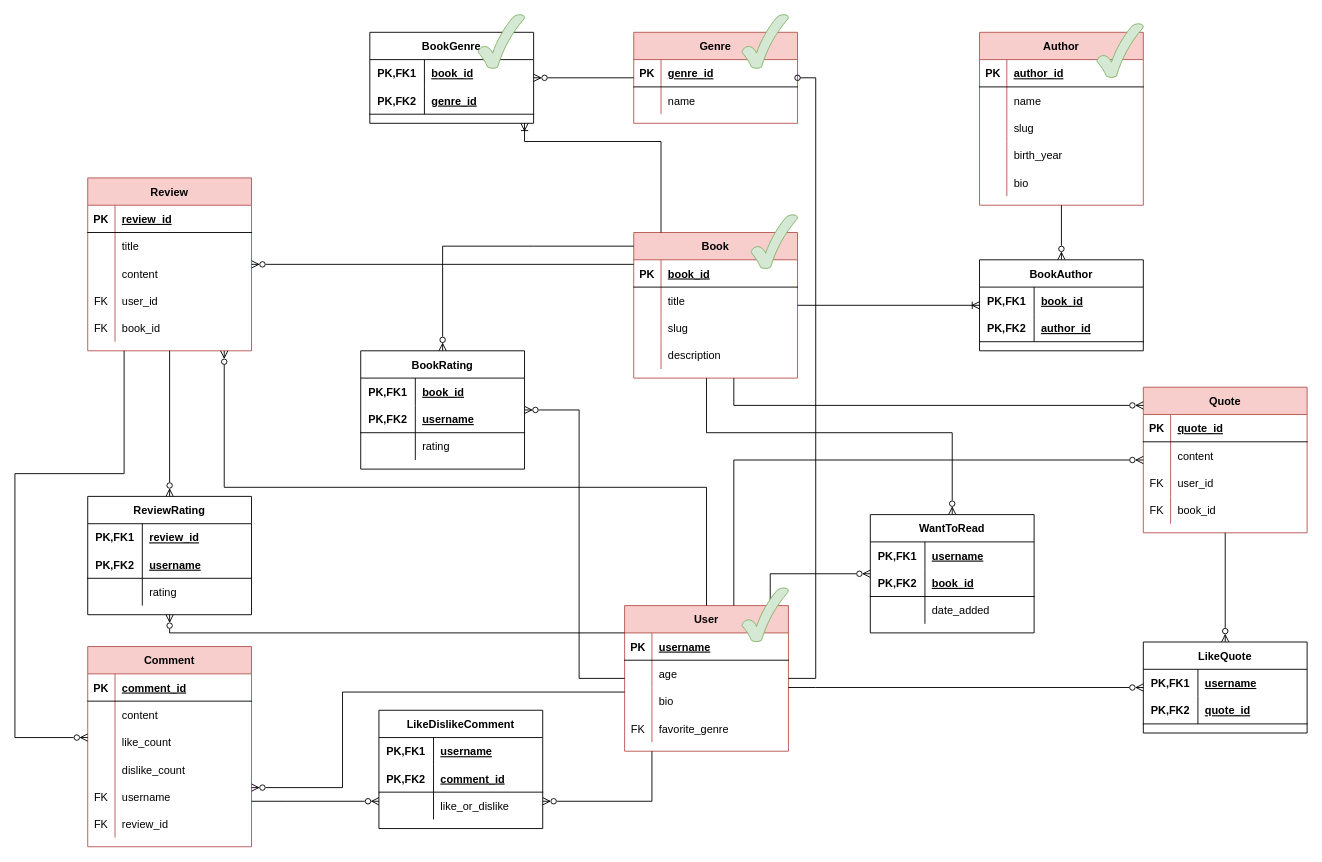
This is page "logical" (2 of 2) of data_base_diagram.drawio from kseniakopteva/books-app, a draw.io file, before an edit. Source tidied: cells renumbered, new cells numbered last; positions are measured from the earlier drawing's top-left corner, leaving out a move shared by most shapes. Both pictures are drawn from the tidied source at 91%, with x=0, y=0 at pixel (15, 14).
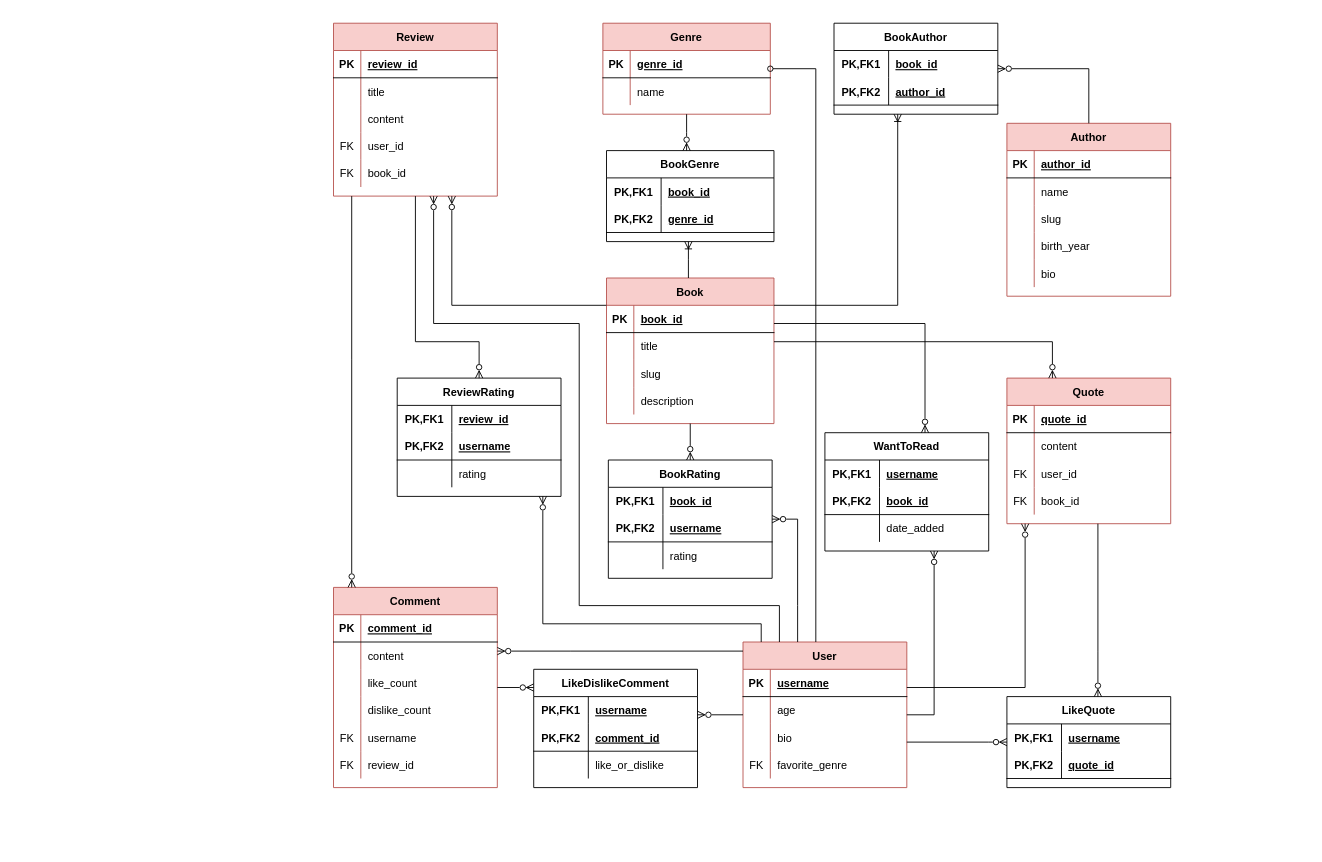
The same diagram, later.

The edit, as a diff of the source:
```diff
@@
     <mxCell id="2" value="Book" style="shape=table;startSize=30;childLayout=tableLayout;rowLines=0;fontStyle=1;align=center;fillColor=#f8cecc;strokeColor=#b85450;rounded=0;" parent="1" vertex="1">
-      <mxGeometry x="679.9" y="240" width="180" height="160" as="geometry" />
+      <mxGeometry x="650" y="290" width="184" height="160" as="geometry" />
     </mxCell>
     <mxCell id="3" style="shape=tableRow;horizontal=0;startSize=0;swimlaneHead=0;swimlaneBody=0;fillColor=none;top=0;left=0;right=0;bottom=1;rounded=0;" parent="2" vertex="1">
-      <mxGeometry y="30" width="180" height="30" as="geometry" />
+      <mxGeometry y="30" width="184" height="30" as="geometry" />
     </mxCell>
@@
     <mxCell id="5" value="book_id" style="shape=partialRectangle;fillColor=none;top=0;left=0;bottom=0;right=0;align=left;spacingLeft=6;fontStyle=5;overflow=hidden;rounded=0;" parent="3" vertex="1">
-      <mxGeometry x="30" width="150" height="30" as="geometry" />
+      <mxGeometry x="30" width="154" height="30" as="geometry" />
     </mxCell>
     <mxCell id="6" style="shape=tableRow;horizontal=0;startSize=0;swimlaneHead=0;swimlaneBody=0;fillColor=none;top=0;left=0;right=0;bottom=0;rounded=0;" parent="2" vertex="1">
-      <mxGeometry y="60" width="180" height="30" as="geometry" />
+      <mxGeometry y="60" width="184" height="30" as="geometry" />
     </mxCell>
@@
     <mxCell id="8" value="title" style="shape=partialRectangle;fillColor=none;top=0;left=0;bottom=0;right=0;align=left;spacingLeft=6;overflow=hidden;rounded=0;" parent="6" vertex="1">
-      <mxGeometry x="30" width="150" height="30" as="geometry" />
+      <mxGeometry x="30" width="154" height="30" as="geometry" />
     </mxCell>
     <mxCell id="9" style="shape=tableRow;horizontal=0;startSize=0;swimlaneHead=0;swimlaneBody=0;fillColor=none;top=0;left=0;right=0;bottom=0;rounded=0;" parent="2" vertex="1">
-      <mxGeometry y="90" width="180" height="30" as="geometry" />
+      <mxGeometry y="90" width="184" height="30" as="geometry" />
     </mxCell>
@@
     <mxCell id="11" value="slug" style="shape=partialRectangle;fillColor=none;top=0;left=0;bottom=0;right=0;align=left;spacingLeft=6;overflow=hidden;rounded=0;" parent="9" vertex="1">
-      <mxGeometry x="30" width="150" height="30" as="geometry" />
+      <mxGeometry x="30" width="154" height="30" as="geometry" />
     </mxCell>
     <mxCell id="12" style="shape=tableRow;horizontal=0;startSize=0;swimlaneHead=0;swimlaneBody=0;fillColor=none;top=0;left=0;right=0;bottom=0;rounded=0;" parent="2" vertex="1">
-      <mxGeometry y="120" width="180" height="30" as="geometry" />
+      <mxGeometry y="120" width="184" height="30" as="geometry" />
     </mxCell>
@@
     <mxCell id="14" value="description" style="shape=partialRectangle;fillColor=none;top=0;left=0;bottom=0;right=0;align=left;spacingLeft=6;overflow=hidden;rounded=0;" parent="12" vertex="1">
-      <mxGeometry x="30" width="150" height="30" as="geometry" />
+      <mxGeometry x="30" width="154" height="30" as="geometry" />
     </mxCell>
     <mxCell id="15" value="Author" style="shape=table;startSize=30;childLayout=tableLayout;rowLines=0;fontStyle=1;align=center;fillColor=#f8cecc;strokeColor=#b85450;rounded=0;" parent="1" vertex="1">
-      <mxGeometry x="1059.9" y="20" width="180" height="190" as="geometry" />
+      <mxGeometry x="1090" y="120" width="180" height="190" as="geometry" />
     </mxCell>
@@
     <mxCell id="32" value="BookAuthor" style="shape=table;startSize=30;childLayout=tableLayout;rowLines=0;fontStyle=1;align=center;rounded=0;" parent="1" vertex="1">
-      <mxGeometry x="1059.9" y="270" width="180" height="100" as="geometry" />
+      <mxGeometry x="900" y="10" width="180" height="100" as="geometry" />
     </mxCell>
@@
     <mxCell id="39" style="endArrow=ERoneToMany;html=1;rounded=0;endFill=0;edgeStyle=orthogonalEdgeStyle;" parent="1" edge="1" source="2" target="32">
-      <mxGeometry relative="1" as="geometry" />
+      <mxGeometry relative="1" as="geometry">
+        <Array as="points">
+          <mxPoint x="970" y="320" />
+        </Array>
+      </mxGeometry>
     </mxCell>
     <mxCell id="40" value="Comment" style="shape=table;startSize=30;childLayout=tableLayout;rowLines=0;fontStyle=1;align=center;fillColor=#f8cecc;strokeColor=#b85450;rounded=0;" parent="1" vertex="1">
-      <mxGeometry x="79.9" y="695" width="180" height="220" as="geometry" />
+      <mxGeometry x="350" y="630" width="180" height="220" as="geometry" />
     </mxCell>
@@
     <mxCell id="59" value="User" style="shape=table;startSize=30;childLayout=tableLayout;rowLines=0;fontStyle=1;align=center;fillColor=#f8cecc;strokeColor=#b85450;rounded=0;" parent="1" vertex="1">
-      <mxGeometry x="669.9" y="650" width="180" height="160" as="geometry" />
+      <mxGeometry x="800" y="690" width="180" height="160" as="geometry" />
     </mxCell>
@@
     <mxCell id="72" value="Review" style="shape=table;startSize=30;childLayout=tableLayout;rowLines=0;fontStyle=1;align=center;fillColor=#f8cecc;strokeColor=#b85450;rounded=0;" parent="1" vertex="1">
-      <mxGeometry x="79.9" y="180" width="180" height="190" as="geometry" />
+      <mxGeometry x="350" y="10" width="180" height="190" as="geometry" />
     </mxCell>
@@
     <mxCell id="88" style="endArrow=none;html=1;rounded=0;edgeStyle=orthogonalEdgeStyle;startArrow=ERzeroToMany;startFill=0;" parent="1" edge="1" source="72" target="59">
       <mxGeometry relative="1" as="geometry">
         <Array as="points">
-          <mxPoint x="229.9" y="520" />
-          <mxPoint x="759.9" y="520" />
+          <mxPoint x="460" y="340" />
+          <mxPoint x="620" y="340" />
+          <mxPoint x="620" y="650" />
+          <mxPoint x="840" y="650" />
         </Array>
       </mxGeometry>
     </mxCell>
     <mxCell id="89" style="endArrow=none;html=1;rounded=0;startArrow=ERzeroToMany;startFill=0;edgeStyle=orthogonalEdgeStyle;" parent="1" edge="1" source="72" target="2">
       <mxGeometry relative="1" as="geometry">
         <Array as="points">
-          <mxPoint x="159.9" y="350" />
+          <mxPoint x="480" y="320" />
         </Array>
       </mxGeometry>
     </mxCell>
     <mxCell id="90" value="ReviewRating" style="shape=table;startSize=30;childLayout=tableLayout;rowLines=0;fontStyle=1;align=center;rounded=0;" parent="1" vertex="1">
-      <mxGeometry x="79.9" y="530" width="180" height="130" as="geometry" />
+      <mxGeometry x="420" y="400" width="180" height="130" as="geometry" />
     </mxCell>
@@
     <mxCell id="100" style="endArrow=none;html=1;rounded=0;edgeStyle=orthogonalEdgeStyle;startArrow=ERzeroToMany;startFill=0;" parent="1" edge="1" source="90" target="59">
       <mxGeometry relative="1" as="geometry">
         <Array as="points">
-          <mxPoint x="169.9" y="680" />
+          <mxPoint x="580" y="670" />
+          <mxPoint x="820" y="670" />
         </Array>
       </mxGeometry>
     </mxCell>
     <mxCell id="101" style="endArrow=none;html=1;rounded=0;edgeStyle=orthogonalEdgeStyle;startArrow=ERzeroToMany;startFill=0;" parent="1" edge="1" source="90" target="72">
-      <mxGeometry relative="1" as="geometry" />
+      <mxGeometry relative="1" as="geometry">
+        <Array as="points">
+          <mxPoint x="510" y="360" />
+          <mxPoint x="440" y="360" />
+        </Array>
+      </mxGeometry>
     </mxCell>
     <mxCell id="102" style="endArrow=none;html=1;rounded=0;edgeStyle=orthogonalEdgeStyle;startArrow=ERzeroToMany;startFill=0;" parent="1" edge="1" source="40" target="59">
       <mxGeometry relative="1" as="geometry">
         <Array as="points">
-          <mxPoint x="359.9" y="850" />
-          <mxPoint x="359.9" y="745" />
+          <mxPoint x="610" y="700" />
+          <mxPoint x="610" y="700" />
         </Array>
       </mxGeometry>
     </mxCell>
     <mxCell id="103" style="endArrow=ERzeroToMany;html=1;rounded=0;edgeStyle=orthogonalEdgeStyle;endFill=0;" parent="1" edge="1" source="72" target="40">
       <mxGeometry relative="1" as="geometry">
         <Array as="points">
-          <mxPoint x="119.9" y="505" />
-          <mxPoint x="-0.1" y="505" />
-          <mxPoint x="-0.1" y="795" />
+          <mxPoint x="370" y="380" />
+          <mxPoint x="370" y="380" />
         </Array>
       </mxGeometry>
     </mxCell>
     <mxCell id="104" value="BookRating" style="shape=table;startSize=30;childLayout=tableLayout;rowLines=0;fontStyle=1;align=center;rounded=0;" parent="1" vertex="1">
-      <mxGeometry x="379.9" y="370" width="180" height="130" as="geometry" />
+      <mxGeometry x="652" y="490" width="180" height="130" as="geometry" />
     </mxCell>
@@
     <mxCell id="114" style="endArrow=ERzeroToMany;html=1;rounded=0;edgeStyle=orthogonalEdgeStyle;endFill=0;" parent="1" edge="1" source="2" target="104">
       <mxGeometry relative="1" as="geometry">
         <Array as="points">
-          <mxPoint x="569.9" y="255" />
-          <mxPoint x="569.9" y="255" />
+          <mxPoint x="770" y="410" />
+          <mxPoint x="770" y="410" />
         </Array>
       </mxGeometry>
     </mxCell>
     <mxCell id="115" style="endArrow=none;html=1;rounded=0;edgeStyle=orthogonalEdgeStyle;startArrow=ERzeroToMany;startFill=0;" parent="1" edge="1" source="104" target="59">
       <mxGeometry relative="1" as="geometry">
         <Array as="points">
-          <mxPoint x="619.9" y="435" />
-          <mxPoint x="619.9" y="730" />
+          <mxPoint x="860" y="650" />
+          <mxPoint x="860" y="650" />
         </Array>
       </mxGeometry>
     </mxCell>
     <mxCell id="116" value="WantToRead" style="shape=table;startSize=30;childLayout=tableLayout;rowLines=0;fontStyle=1;align=center;rounded=0;" parent="1" vertex="1">
-      <mxGeometry x="939.9" y="550" width="180" height="130" as="geometry" />
+      <mxGeometry x="890" y="460" width="180" height="130" as="geometry" />
     </mxCell>
@@
     <mxCell id="126" style="endArrow=ERzeroToMany;html=1;rounded=0;edgeStyle=orthogonalEdgeStyle;endFill=0;" parent="1" edge="1" source="59" target="116">
       <mxGeometry relative="1" as="geometry">
         <Array as="points">
-          <mxPoint x="829.9" y="615" />
+          <mxPoint x="1010" y="770" />
         </Array>
       </mxGeometry>
     </mxCell>
     <mxCell id="127" style="endArrow=ERzeroToMany;html=1;rounded=0;edgeStyle=orthogonalEdgeStyle;endFill=0;" parent="1" edge="1" source="2" target="116">
       <mxGeometry relative="1" as="geometry">
         <Array as="points">
-          <mxPoint x="759.9" y="460" />
-          <mxPoint x="1029.9" y="460" />
+          <mxPoint x="1000" y="340" />
         </Array>
       </mxGeometry>
     </mxCell>
     <mxCell id="128" value="Genre" style="shape=table;startSize=30;childLayout=tableLayout;rowLines=0;fontStyle=1;align=center;fillColor=#f8cecc;strokeColor=#b85450;rounded=0;" parent="1" vertex="1">
-      <mxGeometry x="679.9" y="20" width="180" height="100" as="geometry" />
+      <mxGeometry x="646" y="10" width="184" height="100" as="geometry" />
     </mxCell>
     <mxCell id="129" style="shape=tableRow;horizontal=0;startSize=0;swimlaneHead=0;swimlaneBody=0;fillColor=none;top=0;left=0;right=0;bottom=1;rounded=0;" parent="128" vertex="1">
-      <mxGeometry y="30" width="180" height="30" as="geometry" />
+      <mxGeometry y="30" width="184" height="30" as="geometry" />
     </mxCell>
@@
     <mxCell id="131" value="genre_id" style="shape=partialRectangle;fillColor=none;top=0;left=0;bottom=0;right=0;align=left;spacingLeft=6;fontStyle=5;overflow=hidden;rounded=0;" parent="129" vertex="1">
-      <mxGeometry x="30" width="150" height="30" as="geometry" />
+      <mxGeometry x="30" width="154" height="30" as="geometry" />
     </mxCell>
     <mxCell id="132" style="shape=tableRow;horizontal=0;startSize=0;swimlaneHead=0;swimlaneBody=0;fillColor=none;top=0;left=0;right=0;bottom=0;rounded=0;" parent="128" vertex="1">
-      <mxGeometry y="60" width="180" height="30" as="geometry" />
+      <mxGeometry y="60" width="184" height="30" as="geometry" />
     </mxCell>
@@
     <mxCell id="134" value="name" style="shape=partialRectangle;fillColor=none;top=0;left=0;bottom=0;right=0;align=left;spacingLeft=6;overflow=hidden;rounded=0;" parent="132" vertex="1">
-      <mxGeometry x="30" width="150" height="30" as="geometry" />
+      <mxGeometry x="30" width="154" height="30" as="geometry" />
     </mxCell>
     <mxCell id="135" value="BookGenre" style="shape=table;startSize=30;childLayout=tableLayout;rowLines=0;fontStyle=1;align=center;rounded=0;" parent="1" vertex="1">
-      <mxGeometry x="389.9" y="20" width="180" height="100" as="geometry" />
+      <mxGeometry x="650" y="150" width="184" height="100" as="geometry" />
     </mxCell>
     <mxCell id="136" style="shape=tableRow;horizontal=0;startSize=0;swimlaneHead=0;swimlaneBody=0;fillColor=none;top=0;left=0;right=0;bottom=0;rounded=0;" parent="135" vertex="1">
-      <mxGeometry y="30" width="180" height="30" as="geometry" />
+      <mxGeometry y="30" width="184" height="30" as="geometry" />
     </mxCell>
@@
     <mxCell id="138" value="book_id" style="shape=partialRectangle;fillColor=none;top=0;left=0;bottom=0;right=0;align=left;spacingLeft=6;fontStyle=5;overflow=hidden;rounded=0;" parent="136" vertex="1">
-      <mxGeometry x="60" width="120" height="30" as="geometry" />
+      <mxGeometry x="60" width="124" height="30" as="geometry" />
     </mxCell>
     <mxCell id="139" style="shape=tableRow;horizontal=0;startSize=0;swimlaneHead=0;swimlaneBody=0;fillColor=none;top=0;left=0;right=0;bottom=1;rounded=0;" parent="135" vertex="1">
-      <mxGeometry y="60" width="180" height="30" as="geometry" />
+      <mxGeometry y="60" width="184" height="30" as="geometry" />
     </mxCell>
@@
     <mxCell id="141" value="genre_id" style="shape=partialRectangle;fillColor=none;top=0;left=0;bottom=0;right=0;align=left;spacingLeft=6;fontStyle=5;overflow=hidden;rounded=0;" parent="139" vertex="1">
-      <mxGeometry x="60" width="120" height="30" as="geometry" />
+      <mxGeometry x="60" width="124" height="30" as="geometry" />
     </mxCell>
     <mxCell id="142" style="endArrow=ERoneToMany;html=1;rounded=0;endFill=0;edgeStyle=orthogonalEdgeStyle;" parent="1" edge="1" source="2" target="135">
       <mxGeometry relative="1" as="geometry">
         <Array as="points">
-          <mxPoint x="709.9" y="140" />
-          <mxPoint x="559.9" y="140" />
+          <mxPoint x="740" y="270" />
+          <mxPoint x="740" y="270" />
         </Array>
       </mxGeometry>
     </mxCell>
     <mxCell id="143" style="endArrow=none;html=1;rounded=0;startArrow=ERzeroToMany;startFill=0;edgeStyle=orthogonalEdgeStyle;" parent="1" edge="1" source="135" target="128">
-      <mxGeometry relative="1" as="geometry" />
+      <mxGeometry relative="1" as="geometry">
+        <Array as="points">
+          <mxPoint x="738" y="130" />
+          <mxPoint x="738" y="130" />
+        </Array>
+      </mxGeometry>
     </mxCell>
     <mxCell id="144" style="endArrow=oval;html=1;rounded=0;edgeStyle=orthogonalEdgeStyle;endFill=0;" parent="1" edge="1" source="59" target="128">
       <mxGeometry relative="1" as="geometry">
         <Array as="points">
-          <mxPoint x="879.9" y="730" />
-          <mxPoint x="879.9" y="70" />
+          <mxPoint x="880" y="60" />
         </Array>
       </mxGeometry>
     </mxCell>
     <mxCell id="145" value="Quote" style="shape=table;startSize=30;childLayout=tableLayout;rowLines=0;fontStyle=1;align=center;fillColor=#f8cecc;strokeColor=#b85450;rounded=0;" parent="1" vertex="1">
-      <mxGeometry x="1239.9" y="410" width="180" height="160" as="geometry" />
+      <mxGeometry x="1090" y="400" width="180" height="160" as="geometry" />
     </mxCell>
@@
     <mxCell id="158" style="endArrow=ERzeroToMany;html=1;rounded=0;edgeStyle=orthogonalEdgeStyle;endFill=0;" parent="1" edge="1" source="59" target="145">
       <mxGeometry relative="1" as="geometry">
         <Array as="points">
-          <mxPoint x="789.9" y="490" />
+          <mxPoint x="1110" y="740" />
         </Array>
       </mxGeometry>
     </mxCell>
     <mxCell id="159" style="endArrow=ERzeroToMany;html=1;rounded=0;edgeStyle=orthogonalEdgeStyle;endFill=0;" parent="1" edge="1" source="2" target="145">
       <mxGeometry relative="1" as="geometry">
         <Array as="points">
-          <mxPoint x="789.9" y="430" />
+          <mxPoint x="1140" y="360" />
         </Array>
       </mxGeometry>
     </mxCell>
     <mxCell id="160" value="LikeQuote" style="shape=table;startSize=30;childLayout=tableLayout;rowLines=0;fontStyle=1;align=center;rounded=0;" parent="1" vertex="1">
-      <mxGeometry x="1239.9" y="690" width="180" height="100" as="geometry" />
+      <mxGeometry x="1090" y="750" width="180" height="100" as="geometry" />
     </mxCell>
@@
     <mxCell id="167" style="endArrow=ERzeroToMany;html=1;rounded=0;edgeStyle=orthogonalEdgeStyle;endFill=0;" parent="1" edge="1" source="59" target="160">
       <mxGeometry relative="1" as="geometry">
         <Array as="points">
-          <mxPoint x="879.9" y="740" />
-          <mxPoint x="879.9" y="740" />
+          <mxPoint x="1070" y="800" />
+          <mxPoint x="1070" y="800" />
         </Array>
       </mxGeometry>
     </mxCell>
     <mxCell id="168" style="endArrow=none;html=1;rounded=0;edgeStyle=orthogonalEdgeStyle;startArrow=ERzeroToMany;startFill=0;" parent="1" edge="1" source="160" target="145">
       <mxGeometry relative="1" as="geometry">
         <Array as="points">
-          <mxPoint x="1349.9" y="750" />
+          <mxPoint x="1190" y="700" />
+          <mxPoint x="1190" y="700" />
         </Array>
       </mxGeometry>
     </mxCell>
     <mxCell id="169" value="LikeDislikeComment" style="shape=table;startSize=30;childLayout=tableLayout;rowLines=0;fontStyle=1;align=center;rounded=0;" parent="1" vertex="1">
-      <mxGeometry x="399.9" y="765" width="180" height="130" as="geometry" />
+      <mxGeometry x="570" y="720" width="180" height="130" as="geometry" />
     </mxCell>
@@
     <mxCell id="179" style="endArrow=ERzeroToMany;html=1;rounded=0;endFill=0;edgeStyle=orthogonalEdgeStyle;" parent="1" edge="1" source="59" target="169">
       <mxGeometry relative="1" as="geometry">
         <Array as="points">
-          <mxPoint x="699.9" y="865" />
+          <mxPoint x="670" y="785" />
+          <mxPoint x="670" y="785" />
         </Array>
       </mxGeometry>
     </mxCell>
     <mxCell id="180" style="endArrow=ERzeroToMany;html=1;rounded=0;endFill=0;edgeStyle=orthogonalEdgeStyle;" parent="1" edge="1" source="40" target="169">
       <mxGeometry relative="1" as="geometry">
         <Array as="points">
-          <mxPoint x="299.9" y="865" />
-          <mxPoint x="299.9" y="865" />
+          <mxPoint x="450" y="785" />
+          <mxPoint x="450" y="785" />
         </Array>
       </mxGeometry>
     </mxCell>
-    <mxCell id="181" style="verticalLabelPosition=bottom;verticalAlign=top;html=1;shape=mxgraph.basic.tick;fillColor=#d5e8d4;strokeColor=#82b366;" parent="1" vertex="1">
-      <mxGeometry x="808.9" y="220" width="51" height="60" as="geometry" />
-    </mxCell>
-    <mxCell id="182" style="verticalLabelPosition=bottom;verticalAlign=top;html=1;shape=mxgraph.basic.tick;fillColor=#d5e8d4;strokeColor=#82b366;" parent="1" vertex="1">
-      <mxGeometry x="798.9" y="630" width="51" height="60" as="geometry" />
-    </mxCell>
-    <mxCell id="183" style="verticalLabelPosition=bottom;verticalAlign=top;html=1;shape=mxgraph.basic.tick;fillColor=#d5e8d4;strokeColor=#82b366;" parent="1" vertex="1">
-      <mxGeometry x="1188.9" y="10" width="51" height="60" as="geometry" />
-    </mxCell>
-    <mxCell id="184" style="verticalLabelPosition=bottom;verticalAlign=top;html=1;shape=mxgraph.basic.tick;fillColor=#d5e8d4;strokeColor=#82b366;" parent="1" vertex="1">
-      <mxGeometry x="798.9" width="51" height="60" as="geometry" />
-    </mxCell>
-    <mxCell id="185" style="verticalLabelPosition=bottom;verticalAlign=top;html=1;shape=mxgraph.basic.tick;fillColor=#d5e8d4;strokeColor=#82b366;" parent="1" vertex="1">
-      <mxGeometry x="508.9" width="51" height="60" as="geometry" />
-    </mxCell>
```
